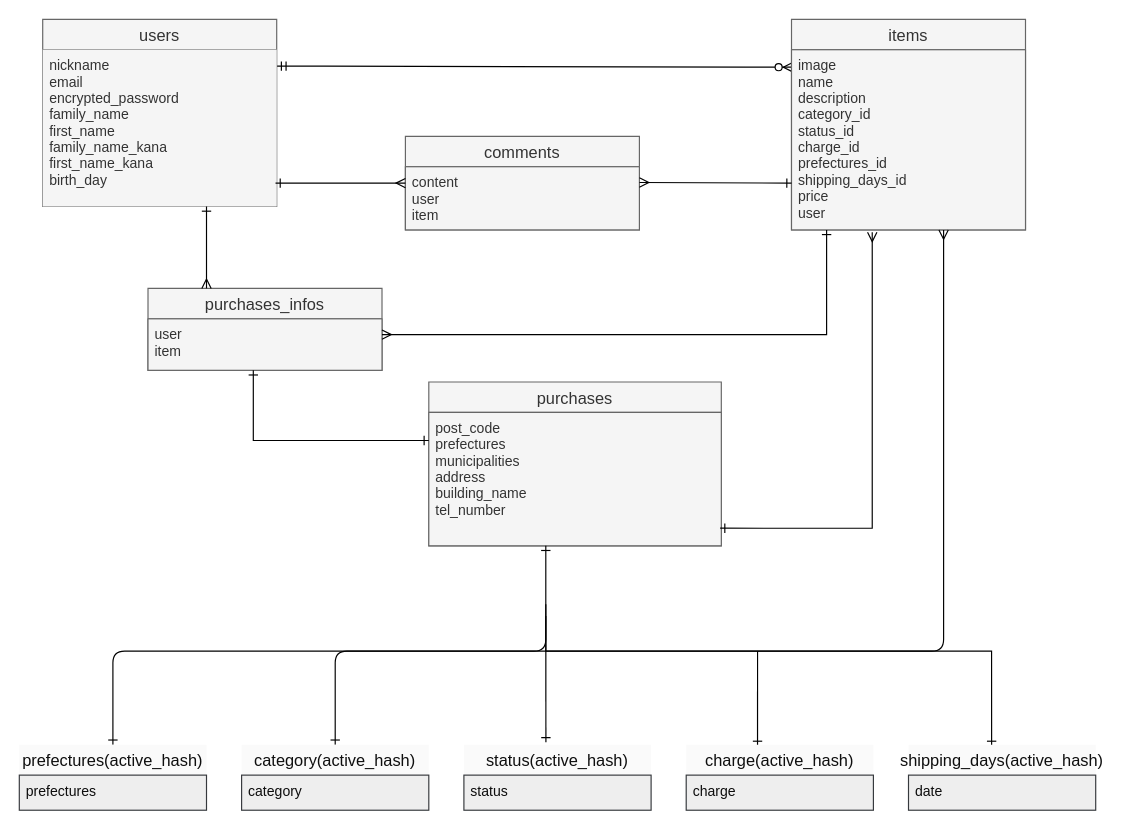
Above: er.dio in TT38294/furima-37409 (draw.io), before the change. Source tidied: cells renumbered, new cells numbered last; positions are measured from the earlier drawing's top-left corner, leaving out a move shared by most shapes. Both pictures are drawn from the tidied source at 117%, with x=0, y=0 at pixel (19, 19).
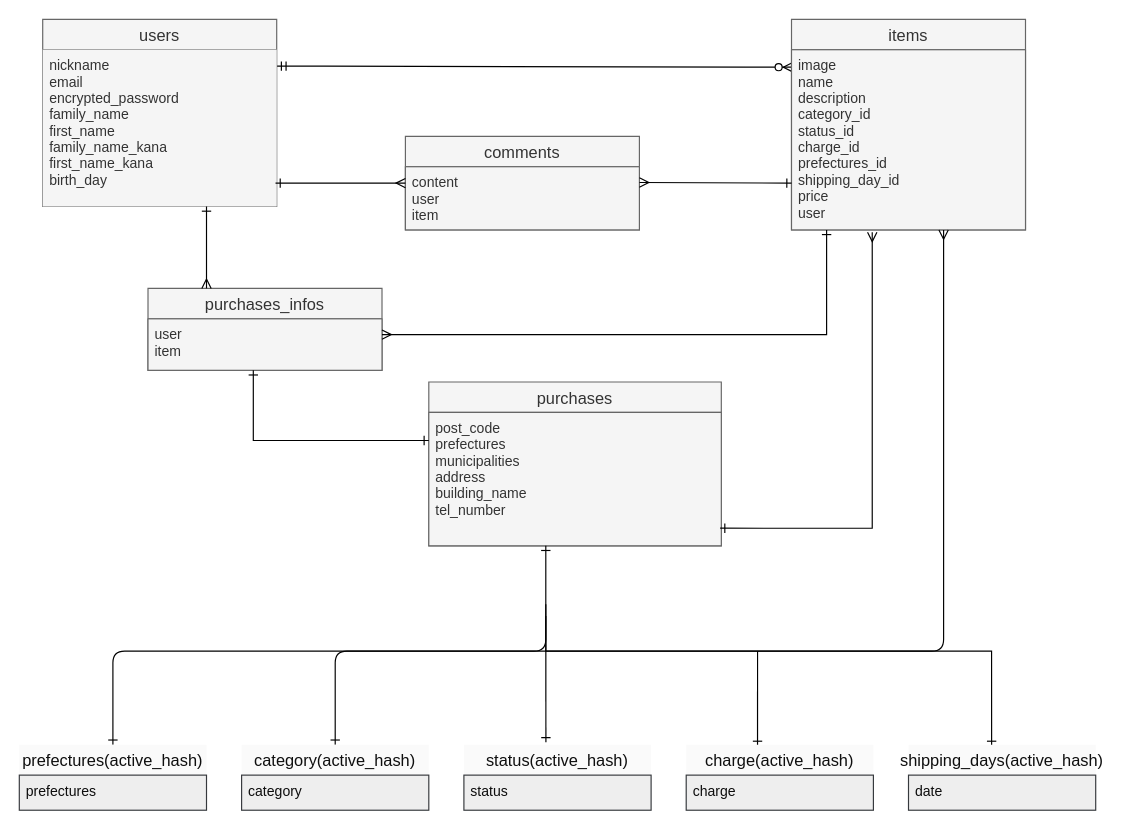
Above is the later version.

Unchanged cells that the change refers to:
```xml
<mxCell id="9" value="items" style="swimlane;fontStyle=0;horizontal=1;startSize=26;align=center;fontSize=14;fillColor=#f5f5f5;fontColor=#333333;strokeColor=#666666;" parent="1" vertex="1">
  <mxGeometry x="660" width="200" height="180" as="geometry" />
</mxCell>
```

What changed in the source:
```diff
@@
-    <mxCell id="10" value="image&#10;name&#10;description&#10;category_id&#10;status_id&#10;charge_id&#10;prefectures_id&#10;shipping_days_id&#10;price&#10;user" style="text;strokeColor=#666666;fillColor=#f5f5f5;spacingLeft=4;spacingRight=4;overflow=hidden;points=[[0,0.5],[1,0.5]];portConstraint=eastwest;fontSize=12;fontColor=#333333;" parent="9" vertex="1">
+    <mxCell id="10" value="image&#10;name&#10;description&#10;category_id&#10;status_id&#10;charge_id&#10;prefectures_id&#10;shipping_day_id&#10;price&#10;user" style="text;strokeColor=#666666;fillColor=#f5f5f5;spacingLeft=4;spacingRight=4;overflow=hidden;points=[[0,0.5],[1,0.5]];portConstraint=eastwest;fontSize=12;fontColor=#333333;" parent="9" vertex="1">
       <mxGeometry y="26" width="200" height="154" as="geometry" />
     </mxCell>
```
